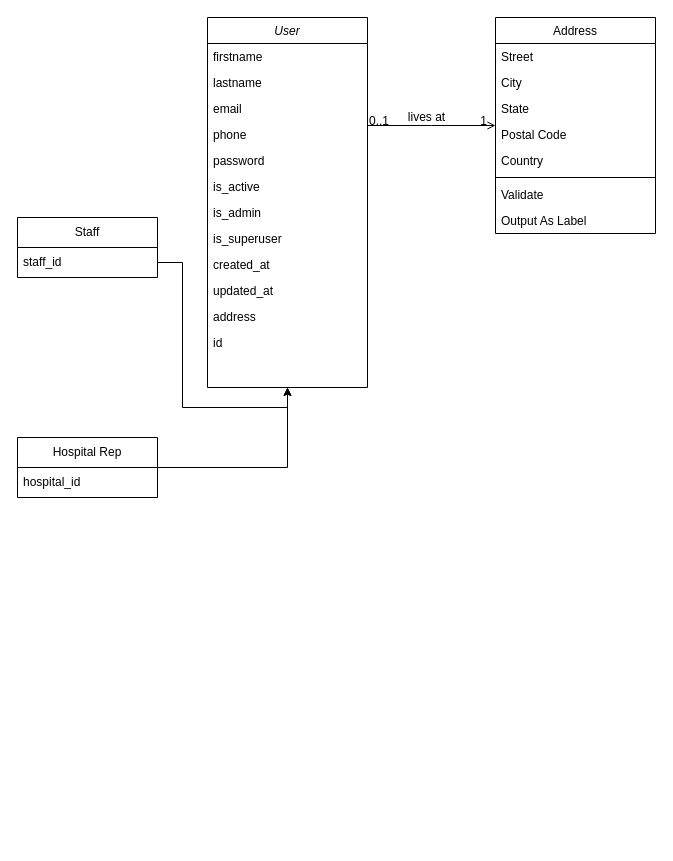
Above: Pharmacy Management System.drawio in AnochiwaAlfred/AnochiwaAlfred (draw.io), before the change. Source tidied: cells renumbered, new cells numbered last; positions are measured from the earlier drawing's top-left corner, leaving out a move shared by most shapes. Both pictures are drawn from the tidied source at 100%, with x=0, y=0 at pixel (17, 17).
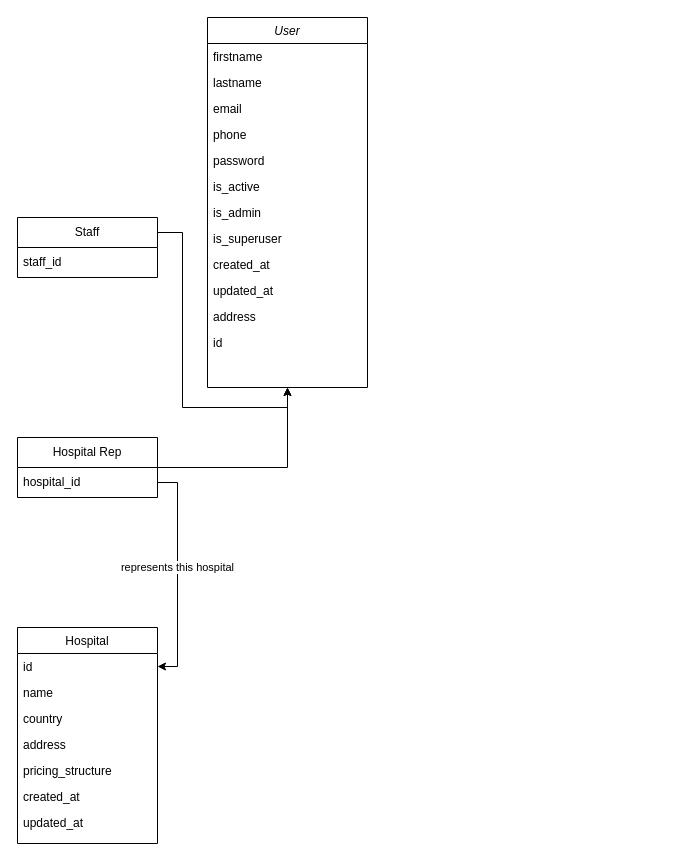
Above is the later version.

The change refers to these unchanged cells:
```xml
<mxCell id="2" value="User" style="swimlane;fontStyle=2;align=center;verticalAlign=top;horizontal=1;startSize=26;rounded=0;shadow=0;strokeWidth=1;" parent="1" vertex="1">
  <mxGeometry x="190" width="160" height="370" as="geometry" />
</mxCell>
<mxCell id="30" value="hospital_id" style="text;strokeColor=none;fillColor=none;align=left;verticalAlign=middle;spacingLeft=4;spacingRight=4;overflow=hidden;points=[[0,0.5],[1,0.5]];portConstraint=eastwest;whiteSpace=wrap;html=1;" parent="29" vertex="1">
  <mxGeometry y="30" width="140" height="30" as="geometry" />
</mxCell>
<mxCell id="31" value="Staff" style="swimlane;fontStyle=0;horizontal=1;startSize=30;whiteSpace=wrap;html=1;" parent="1" vertex="1">
  <mxGeometry y="200" width="140" height="60" as="geometry" />
</mxCell>
<mxCell id="32" value="staff_id" style="text;strokeColor=none;fillColor=none;align=left;verticalAlign=middle;spacingLeft=4;spacingRight=4;overflow=hidden;points=[[0,0.5],[1,0.5]];portConstraint=eastwest;whiteSpace=wrap;html=1;" parent="31" vertex="1">
  <mxGeometry y="30" width="140" height="30" as="geometry" />
</mxCell>
```

Change to the diagram source:
```diff
@@
-    <mxCell id="15" value="Address" style="swimlane;fontStyle=0;align=center;verticalAlign=top;horizontal=1;startSize=26;rounded=0;shadow=0;strokeWidth=1;" parent="1" vertex="1">
-      <mxGeometry x="478" width="160" height="216" as="geometry" />
+    <mxCell id="15" value="Hospital" style="swimlane;fontStyle=0;align=center;verticalAlign=top;horizontal=1;startSize=26;rounded=0;shadow=0;strokeWidth=1;" parent="1" vertex="1">
+      <mxGeometry y="610" width="140" height="216" as="geometry" />
     </mxCell>
-    <mxCell id="16" value="Street" style="text;align=left;verticalAlign=top;spacingLeft=4;spacingRight=4;overflow=hidden;points=[[0,0.5],[1,0.5]];portConstraint=eastwest;" parent="15" vertex="1">
-      <mxGeometry y="26" width="160" height="26" as="geometry" />
+    <mxCell id="16" value="id" style="text;align=left;verticalAlign=top;spacingLeft=4;spacingRight=4;overflow=hidden;points=[[0,0.5],[1,0.5]];portConstraint=eastwest;" parent="15" vertex="1">
+      <mxGeometry y="26" width="140" height="26" as="geometry" />
     </mxCell>
-    <mxCell id="17" value="City" style="text;align=left;verticalAlign=top;spacingLeft=4;spacingRight=4;overflow=hidden;rounded=0;shadow=0;html=0;" parent="15" vertex="1">
-      <mxGeometry y="52" width="160" height="26" as="geometry" />
+    <mxCell id="17" value="name" style="text;align=left;verticalAlign=top;spacingLeft=4;spacingRight=4;overflow=hidden;rounded=0;shadow=0;html=0;" parent="15" vertex="1">
+      <mxGeometry y="52" width="140" height="26" as="geometry" />
     </mxCell>
-    <mxCell id="18" value="State" style="text;align=left;verticalAlign=top;spacingLeft=4;spacingRight=4;overflow=hidden;rounded=0;shadow=0;html=0;" parent="15" vertex="1">
-      <mxGeometry y="78" width="160" height="26" as="geometry" />
+    <mxCell id="18" value="country" style="text;align=left;verticalAlign=top;spacingLeft=4;spacingRight=4;overflow=hidden;rounded=0;shadow=0;html=0;" parent="15" vertex="1">
+      <mxGeometry y="78" width="140" height="26" as="geometry" />
     </mxCell>
-    <mxCell id="19" value="Postal Code" style="text;align=left;verticalAlign=top;spacingLeft=4;spacingRight=4;overflow=hidden;rounded=0;shadow=0;html=0;" parent="15" vertex="1">
-      <mxGeometry y="104" width="160" height="26" as="geometry" />
+    <mxCell id="19" value="address" style="text;align=left;verticalAlign=top;spacingLeft=4;spacingRight=4;overflow=hidden;rounded=0;shadow=0;html=0;" parent="15" vertex="1">
+      <mxGeometry y="104" width="140" height="26" as="geometry" />
     </mxCell>
-    <mxCell id="20" value="Country" style="text;align=left;verticalAlign=top;spacingLeft=4;spacingRight=4;overflow=hidden;rounded=0;shadow=0;html=0;" parent="15" vertex="1">
-      <mxGeometry y="130" width="160" height="26" as="geometry" />
+    <mxCell id="20" value="pricing_structure" style="text;align=left;verticalAlign=top;spacingLeft=4;spacingRight=4;overflow=hidden;rounded=0;shadow=0;html=0;" parent="15" vertex="1">
+      <mxGeometry y="130" width="140" height="26" as="geometry" />
     </mxCell>
-    <mxCell id="21" style="line;html=1;strokeWidth=1;align=left;verticalAlign=middle;spacingTop=-1;spacingLeft=3;spacingRight=3;labelPosition=right;" parent="15" vertex="1">
-      <mxGeometry y="156" width="160" height="8" as="geometry" />
-    </mxCell>
-    <mxCell id="22" value="Validate" style="text;align=left;verticalAlign=top;spacingLeft=4;spacingRight=4;overflow=hidden;" parent="15" vertex="1">
-      <mxGeometry y="164" width="160" height="26" as="geometry" />
-    </mxCell>
-    <mxCell id="23" value="Output As Label" style="text;align=left;verticalAlign=top;spacingLeft=4;spacingRight=4;overflow=hidden;" parent="15" vertex="1">
-      <mxGeometry y="190" width="160" height="26" as="geometry" />
-    </mxCell>
-    <mxCell id="24" style="endArrow=open;shadow=0;strokeWidth=1;rounded=0;curved=0;endFill=1;edgeStyle=elbowEdgeStyle;elbow=vertical;" parent="1" edge="1" source="2" target="15">
-      <mxGeometry x="0.5" y="41" relative="1" as="geometry">
-        <mxPoint x="-40" y="32" as="offset" />
-      </mxGeometry>
-    </mxCell>
-    <mxCell id="25" value="0..1" style="align=left;verticalAlign=bottom;labelBackgroundColor=none;fontSize=12;" parent="24" vertex="1">
-      <mxGeometry x="-1" relative="1" as="geometry">
-        <mxPoint y="4" as="offset" />
-      </mxGeometry>
-    </mxCell>
-    <mxCell id="26" value="1" style="align=right;verticalAlign=bottom;labelBackgroundColor=none;fontSize=12;" parent="24" vertex="1">
-      <mxGeometry x="1" relative="1" as="geometry">
-        <mxPoint x="-7" y="4" as="offset" />
-      </mxGeometry>
-    </mxCell>
-    <mxCell id="27" value="lives at" style="text;html=1;align=center;verticalAlign=middle;labelBackgroundColor=none;rounded=0;shadow=0;strokeWidth=1;fontSize=12;" parent="24" vertex="1">
-      <mxGeometry x="0.5" y="49" relative="1" as="geometry">
-        <mxPoint x="-38" y="40" as="offset" />
-      </mxGeometry>
-    </mxCell>
+    <mxCell id="34" value="created_at" style="text;align=left;verticalAlign=top;spacingLeft=4;spacingRight=4;overflow=hidden;rounded=0;shadow=0;html=0;" parent="15" vertex="1">
+      <mxGeometry y="156" width="140" height="26" as="geometry" />
+    </mxCell>
+    <mxCell id="35" value="updated_at" style="text;align=left;verticalAlign=top;spacingLeft=4;spacingRight=4;overflow=hidden;rounded=0;shadow=0;html=0;" parent="15" vertex="1">
+      <mxGeometry y="182" width="140" height="26" as="geometry" />
+    </mxCell>
@@
-    <mxCell id="33" style="edgeStyle=orthogonalEdgeStyle;rounded=0;jettySize=auto;html=1;entryX=0.5;entryY=1;entryDx=0;entryDy=0;" parent="1" edge="1" source="32" target="2">
+    <mxCell id="33" style="edgeStyle=orthogonalEdgeStyle;rounded=0;jettySize=auto;html=1;entryX=0.5;entryY=1;entryDx=0;entryDy=0;exitX=1;exitY=0.25;exitDx=0;exitDy=0;" parent="1" edge="1" source="31" target="2">
       <mxGeometry relative="1" as="geometry" />
     </mxCell>
+    <mxCell id="36" style="edgeStyle=orthogonalEdgeStyle;rounded=0;jettySize=auto;html=1;exitX=1;exitY=0.5;exitDx=0;exitDy=0;" parent="1" edge="1" source="30" target="16">
+      <mxGeometry relative="1" as="geometry" />
+    </mxCell>
+    <mxCell id="37" value="represents this hospital" style="edgeLabel;html=1;align=center;verticalAlign=middle;" parent="36" vertex="1">
+      <mxGeometry x="-0.07" y="-1" relative="1" as="geometry" />
+    </mxCell>
```
